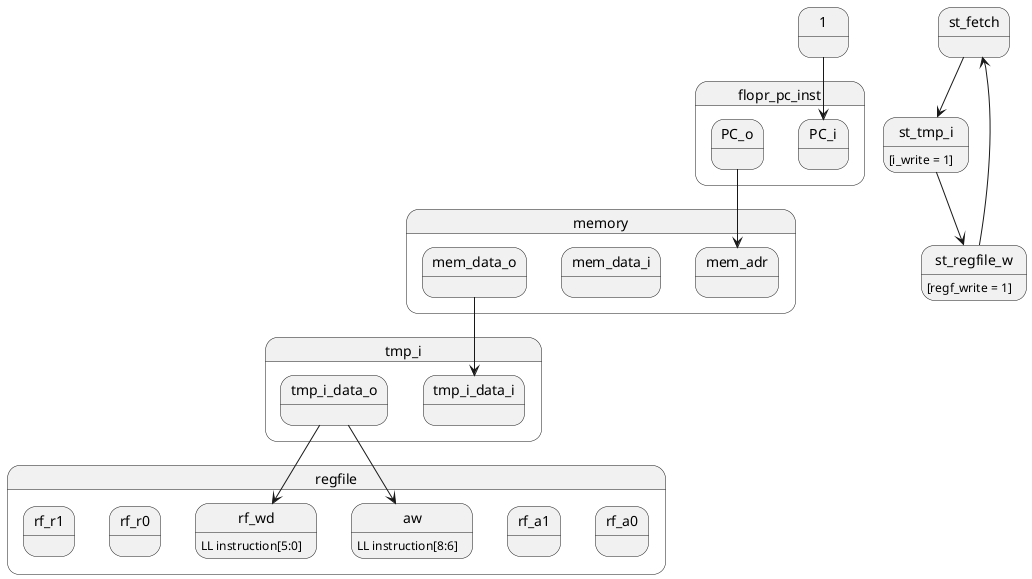
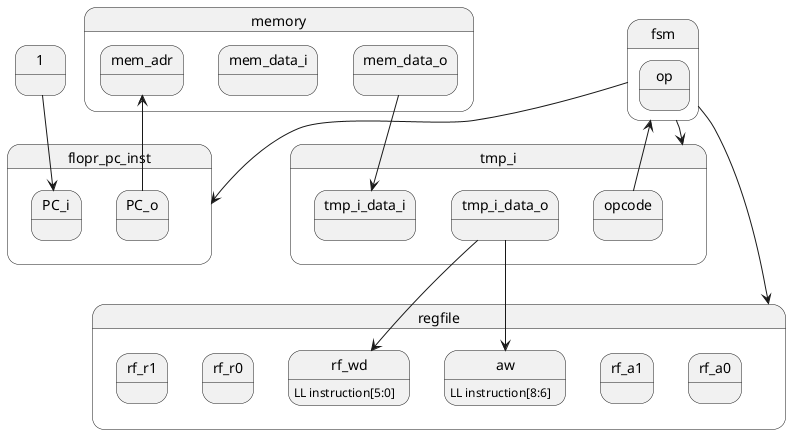
@startuml ttt

state flopr_pc_inst {
    state PC_i
    state PC_o
}

state regfile {
    state rf_a0
    state rf_a1
    state aw
    aw : LL instruction[8:6]
    state rf_wd
    rf_wd : LL instruction[5:0]
    state rf_r0
    state rf_r1
}

state memory {
    state mem_adr
    state mem_data_i
    state mem_data_o
}

state tmp_i {
    state tmp_i_data_i
    state tmp_i_data_o
+     state opcode
}

1 --> PC_i
PC_o --> mem_adr

mem_data_o --> tmp_i_data_i
tmp_i_data_o --> aw
tmp_i_data_o --> rf_wd

- st_fetch --> st_tmp_i
- st_tmp_i : [i_write = 1]
- st_tmp_i --> st_regfile_w
- st_regfile_w : [regf_write = 1]
- st_regfile_w --> st_fetch
+ state fsm {
+     state op
+ }

+ opcode --> fsm
+ fsm --> tmp_i
+ fsm --> regfile
+ fsm --> flopr_pc_inst




@enduml